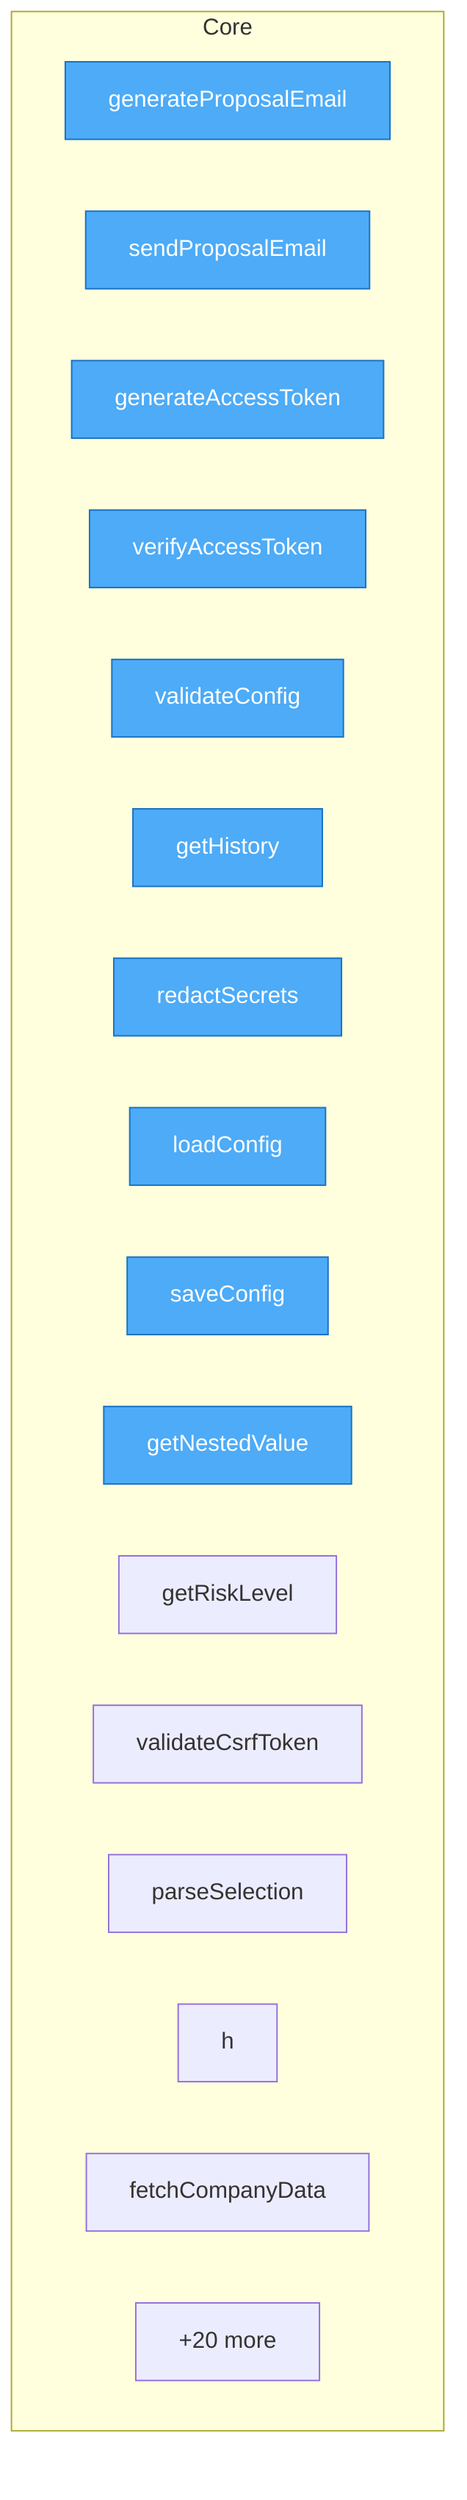
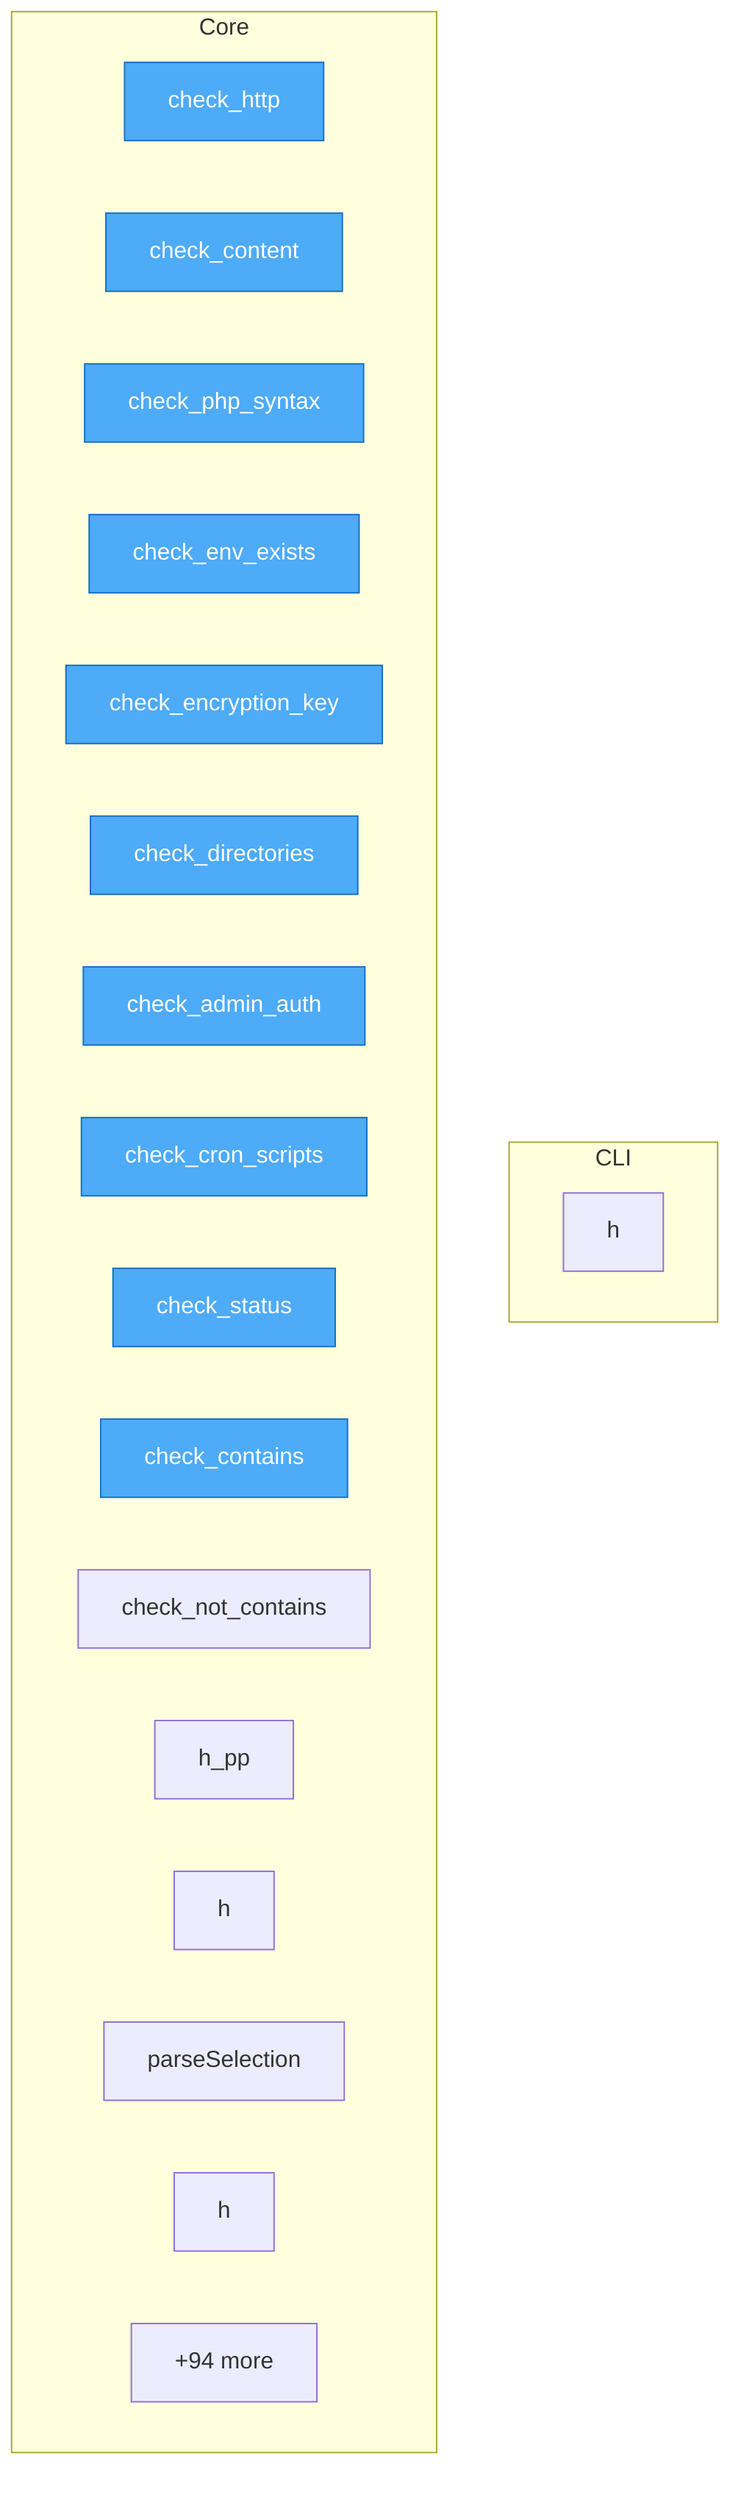
flowchart TD

    %% Entry points (blue)
    classDef entry fill:#4dabf7,stroke:#1971c2,color:#fff

-     subgraph Core
-         email_notifications__generateProposalEmail["generateProposalEmail"]
-         email_notifications__sendProposalEmail["sendProposalEmail"]
-         email_notifications__generateAccessToken["generateAccessToken"]
-         email_notifications__verifyAccessToken["verifyAccessToken"]
-         config_api__validateConfig["validateConfig"]
-         config_api__getHistory["getHistory"]
-         config_api__redactSecrets["redactSecrets"]
-         config_editor__loadConfig["loadConfig"]
-         config_editor__saveConfig["saveConfig"]
-         config_editor__getNestedValue["getNestedValue"]
-         config_editor__getRiskLevel["getRiskLevel"]
-         admin__auth__validateCsrfToken["validateCsrfToken"]
-         propozycje__parseSelection["parseSelection"]
-         propozycje__h["h"]
-         nda_form__fetchCompanyData["fetchCompanyData"]
-         ...["+20 more"]
+     subgraph CLI
+         client__index__h["h"]
    end

-     class email_notifications__generateProposalEmail,email_notifications__sendProposalEmail,email_notifications__generateAccessToken,email_notifications__verifyAccessToken,config_api__validateConfig,config_api__getHistory,config_api__redactSecrets,config_editor__loadConfig,config_editor__saveConfig,config_editor__getNestedValue entry
+     subgraph Core
+         smoke_test__check_http["check_http"]
+         smoke_test__check_content["check_content"]
+         smoke_test__check_php_syntax["check_php_syntax"]
+         smoke_test__check_env_exists["check_env_exists"]
+         smoke_test__check_encryption_key["check_encryption_key"]
+         smoke_test__check_directories["check_directories"]
+         smoke_test__check_admin_auth["check_admin_auth"]
+         smoke_test__check_cron_scripts["check_cron_scripts"]
+         test_plesk__check_status["check_status"]
+         test_plesk__check_contains["check_contains"]
+         test_plesk__check_not_contains["check_not_contains"]
+         polityka_prywatnosci__h_pp["h_pp"]
+         regulamin__h["h"]
+         proposals__parseSelection["parseSelection"]
+         proposals__h["h"]
+         ...["+94 more"]
+     end
+ 
+     class smoke_test__check_http,smoke_test__check_content,smoke_test__check_php_syntax,smoke_test__check_env_exists,smoke_test__check_encryption_key,smoke_test__check_directories,smoke_test__check_admin_auth,smoke_test__check_cron_scripts,test_plesk__check_status,test_plesk__check_contains entry
